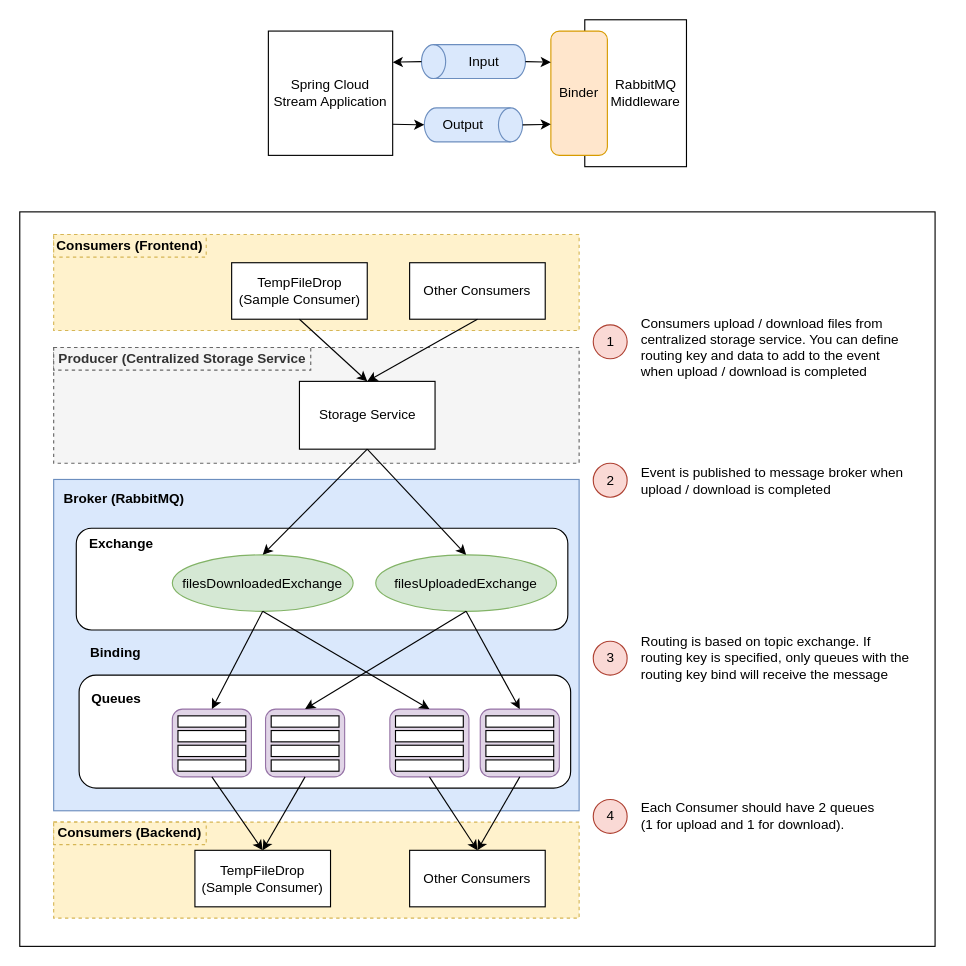
Before: doc/rabbitmq.drawio in awarenessxz/TempFileDrop, a draw.io diagram. Source tidied: cells renumbered, new cells numbered last; positions are measured from the earlier drawing's top-left corner, leaving out a move shared by most shapes. Both pictures are drawn from the tidied source at 113%, with x=0, y=0 at pixel (19, 9).
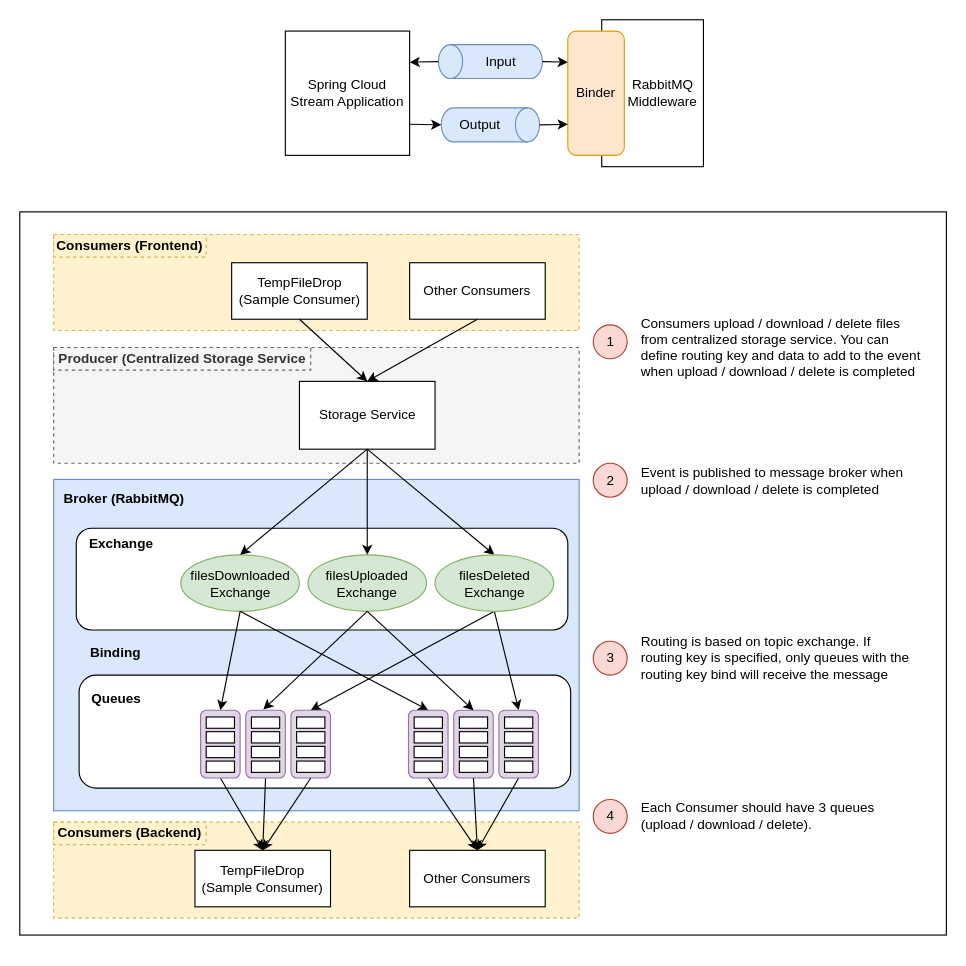
Above is the later version.

The change refers to these unchanged cells:
```xml
<mxCell id="28" value="TempFileDrop&lt;br&gt;(Sample Consumer)" style="rounded=0;whiteSpace=wrap;html=1;strokeColor=#000000;align=center;" parent="1" vertex="1">
  <mxGeometry x="155" y="744" width="120" height="50" as="geometry" />
</mxCell>
<mxCell id="51" value="Other Consumers" style="rounded=0;whiteSpace=wrap;html=1;strokeColor=#000000;align=center;" parent="1" vertex="1">
  <mxGeometry x="345" y="744" width="120" height="50" as="geometry" />
</mxCell>
<mxCell id="57" value="Storage Service" style="rounded=0;whiteSpace=wrap;html=1;align=center;" parent="1" vertex="1">
  <mxGeometry x="247.5" y="329" width="120" height="60" as="geometry" />
</mxCell>
```

Change to the diagram source:
```diff
@@
-    <mxCell id="2" style="rounded=0;whiteSpace=wrap;html=1;strokeColor=#000000;align=left;" parent="1" vertex="1">
-      <mxGeometry y="179" width="810" height="650" as="geometry" />
-    </mxCell>
+    <mxCell id="76" style="rounded=0;whiteSpace=wrap;html=1;" parent="1" vertex="1">
+      <mxGeometry y="179" width="820" height="640" as="geometry" />
+    </mxCell>
@@
     <mxCell id="7" value="RabbitMQ&amp;nbsp;&amp;nbsp;&lt;br&gt;Middleware&amp;nbsp;" style="rounded=0;whiteSpace=wrap;html=1;align=right;" parent="1" vertex="1">
-      <mxGeometry x="500" y="9" width="90" height="130" as="geometry" />
+      <mxGeometry x="515" y="9" width="90" height="130" as="geometry" />
     </mxCell>
     <mxCell id="8" value="Spring Cloud &lt;br&gt;Stream Application" style="rounded=0;whiteSpace=wrap;html=1;" parent="1" vertex="1">
-      <mxGeometry x="220" y="19" width="110" height="110" as="geometry" />
+      <mxGeometry x="235" y="19" width="110" height="110" as="geometry" />
     </mxCell>
     <mxCell id="9" value="Output" style="shape=cylinder3;whiteSpace=wrap;html=1;boundedLbl=1;backgroundOutline=1;size=10.696685791015625;rotation=90;direction=east;horizontal=0;verticalAlign=middle;fillColor=#dae8fc;strokeColor=#6c8ebf;" parent="1" vertex="1">
-      <mxGeometry x="386.5" y="58.5" width="30" height="87" as="geometry" />
+      <mxGeometry x="401.5" y="58.5" width="30" height="87" as="geometry" />
     </mxCell>
     <mxCell id="10" value="Input" style="shape=cylinder3;whiteSpace=wrap;html=1;boundedLbl=1;backgroundOutline=1;size=10.696685791015625;rotation=90;direction=west;horizontal=0;verticalAlign=middle;fillColor=#dae8fc;strokeColor=#6c8ebf;" parent="1" vertex="1">
-      <mxGeometry x="386.5" width="30" height="92" as="geometry" />
+      <mxGeometry x="401.5" width="30" height="92" as="geometry" />
     </mxCell>
@@
     <mxCell id="13" value="Binder" style="rounded=1;whiteSpace=wrap;html=1;fillColor=#ffe6cc;strokeColor=#d79b00;" parent="1" vertex="1">
-      <mxGeometry x="470" y="19" width="50" height="110" as="geometry" />
+      <mxGeometry x="485" y="19" width="50" height="110" as="geometry" />
     </mxCell>
@@
-    <mxCell id="19" value="filesDownloadedExchange" style="ellipse;whiteSpace=wrap;html=1;strokeColor=#82b366;align=center;fillColor=#d5e8d4;" parent="1" vertex="1">
-      <mxGeometry x="135" y="482.5" width="160" height="50" as="geometry" />
+    <mxCell id="19" value="filesDownloaded&lt;br&gt;Exchange" style="ellipse;whiteSpace=wrap;html=1;strokeColor=#82b366;align=center;fillColor=#d5e8d4;" parent="1" vertex="1">
+      <mxGeometry x="142.5" y="482.5" width="105" height="50" as="geometry" />
     </mxCell>
-    <mxCell id="20" value="filesUploadedExchange" style="ellipse;whiteSpace=wrap;html=1;strokeColor=#82b366;align=center;fillColor=#d5e8d4;" parent="1" vertex="1">
-      <mxGeometry x="315" y="482.5" width="160" height="50" as="geometry" />
-    </mxCell>
@@
-    <mxCell id="22" style="group;" parent="1" vertex="1">
-      <mxGeometry x="135" y="619" width="70" height="60" as="geometry" />
-    </mxCell>
-    <mxCell id="23" style="rounded=1;whiteSpace=wrap;html=1;strokeColor=#9673a6;align=left;fillColor=#e1d5e7;" parent="22" vertex="1">
-      <mxGeometry width="70" height="60" as="geometry" />
-    </mxCell>
-    <mxCell id="24" style="rounded=0;whiteSpace=wrap;html=1;strokeColor=#000000;align=left;" parent="22" vertex="1">
-      <mxGeometry x="5" y="6" width="60" height="10" as="geometry" />
-    </mxCell>
-    <mxCell id="25" style="rounded=0;whiteSpace=wrap;html=1;strokeColor=#000000;align=left;" parent="22" vertex="1">
-      <mxGeometry x="5" y="19" width="60" height="10" as="geometry" />
-    </mxCell>
-    <mxCell id="26" style="rounded=0;whiteSpace=wrap;html=1;strokeColor=#000000;align=left;" parent="22" vertex="1">
-      <mxGeometry x="5" y="32" width="60" height="10" as="geometry" />
-    </mxCell>
-    <mxCell id="27" style="rounded=0;whiteSpace=wrap;html=1;strokeColor=#000000;align=left;" parent="22" vertex="1">
-      <mxGeometry x="5" y="45" width="60" height="10" as="geometry" />
-    </mxCell>
@@
-    <mxCell id="29" style="endArrow=classic;html=1;fillColor=#ffffff;gradientColor=none;entryX=0.5;entryY=0;entryDx=0;entryDy=0;exitX=0.5;exitY=1;exitDx=0;exitDy=0;" parent="1" edge="1" source="23" target="28">
+    <mxCell id="29" style="endArrow=classic;html=1;fillColor=#ffffff;gradientColor=none;entryX=0.5;entryY=0;entryDx=0;entryDy=0;exitX=0.5;exitY=1;exitDx=0;exitDy=0;" parent="1" edge="1" source="79" target="28">
       <mxGeometry relative="1" as="geometry" />
     </mxCell>
-    <mxCell id="30" style="endArrow=classic;html=1;fillColor=#ffffff;gradientColor=none;exitX=0.5;exitY=1;exitDx=0;exitDy=0;entryX=0.5;entryY=0;entryDx=0;entryDy=0;" parent="1" edge="1" source="19" target="23">
+    <mxCell id="30" style="endArrow=classic;html=1;fillColor=#ffffff;gradientColor=none;exitX=0.5;exitY=1;exitDx=0;exitDy=0;entryX=0.5;entryY=0;entryDx=0;entryDy=0;" parent="1" edge="1" source="19" target="79">
       <mxGeometry relative="1" as="geometry" />
     </mxCell>
-    <mxCell id="31" style="group;" parent="1" vertex="1">
-      <mxGeometry x="217.5" y="619" width="70" height="60" as="geometry" />
-    </mxCell>
-    <mxCell id="32" style="rounded=1;whiteSpace=wrap;html=1;strokeColor=#9673a6;align=left;fillColor=#e1d5e7;" parent="31" vertex="1">
-      <mxGeometry width="70" height="60" as="geometry" />
-    </mxCell>
-    <mxCell id="33" style="rounded=0;whiteSpace=wrap;html=1;strokeColor=#000000;align=left;" parent="31" vertex="1">
-      <mxGeometry x="5" y="6" width="60" height="10" as="geometry" />
-    </mxCell>
-    <mxCell id="34" style="rounded=0;whiteSpace=wrap;html=1;strokeColor=#000000;align=left;" parent="31" vertex="1">
-      <mxGeometry x="5" y="19" width="60" height="10" as="geometry" />
-    </mxCell>
-    <mxCell id="35" style="rounded=0;whiteSpace=wrap;html=1;strokeColor=#000000;align=left;" parent="31" vertex="1">
-      <mxGeometry x="5" y="32" width="60" height="10" as="geometry" />
-    </mxCell>
-    <mxCell id="36" style="rounded=0;whiteSpace=wrap;html=1;strokeColor=#000000;align=left;" parent="31" vertex="1">
-      <mxGeometry x="5" y="45" width="60" height="10" as="geometry" />
-    </mxCell>
-    <mxCell id="37" style="endArrow=classic;html=1;fillColor=#ffffff;gradientColor=none;entryX=0.5;entryY=0;entryDx=0;entryDy=0;exitX=0.5;exitY=1;exitDx=0;exitDy=0;" parent="1" edge="1" source="20" target="32">
+    <mxCell id="37" style="endArrow=classic;html=1;fillColor=#ffffff;gradientColor=none;entryX=0.5;entryY=0;entryDx=0;entryDy=0;exitX=0.5;exitY=1;exitDx=0;exitDy=0;" parent="1" edge="1" source="118" target="91">
       <mxGeometry relative="1" as="geometry" />
     </mxCell>
-    <mxCell id="38" style="endArrow=classic;html=1;fillColor=#ffffff;gradientColor=none;exitX=0.5;exitY=1;exitDx=0;exitDy=0;entryX=0.5;entryY=0;entryDx=0;entryDy=0;" parent="1" edge="1" source="32" target="28">
+    <mxCell id="38" style="endArrow=classic;html=1;fillColor=#ffffff;gradientColor=none;exitX=0.5;exitY=1;exitDx=0;exitDy=0;entryX=0.5;entryY=0;entryDx=0;entryDy=0;" parent="1" edge="1" source="85" target="28">
       <mxGeometry relative="1" as="geometry" />
     </mxCell>
-    <mxCell id="39" style="group;" parent="1" vertex="1">
-      <mxGeometry x="327.5" y="619" width="70" height="60" as="geometry" />
-    </mxCell>
-    <mxCell id="40" style="rounded=1;whiteSpace=wrap;html=1;strokeColor=#9673a6;align=left;fillColor=#e1d5e7;" parent="39" vertex="1">
-      <mxGeometry width="70" height="60" as="geometry" />
-    </mxCell>
-    <mxCell id="41" style="rounded=0;whiteSpace=wrap;html=1;strokeColor=#000000;align=left;" parent="39" vertex="1">
-      <mxGeometry x="5" y="6" width="60" height="10" as="geometry" />
-    </mxCell>
-    <mxCell id="42" style="rounded=0;whiteSpace=wrap;html=1;strokeColor=#000000;align=left;" parent="39" vertex="1">
-      <mxGeometry x="5" y="19" width="60" height="10" as="geometry" />
-    </mxCell>
-    <mxCell id="43" style="rounded=0;whiteSpace=wrap;html=1;strokeColor=#000000;align=left;" parent="39" vertex="1">
-      <mxGeometry x="5" y="32" width="60" height="10" as="geometry" />
-    </mxCell>
-    <mxCell id="44" style="rounded=0;whiteSpace=wrap;html=1;strokeColor=#000000;align=left;" parent="39" vertex="1">
-      <mxGeometry x="5" y="45" width="60" height="10" as="geometry" />
-    </mxCell>
-    <mxCell id="45" style="group;" parent="1" vertex="1">
-      <mxGeometry x="407.5" y="619" width="70" height="60" as="geometry" />
-    </mxCell>
-    <mxCell id="46" style="rounded=1;whiteSpace=wrap;html=1;strokeColor=#9673a6;align=left;fillColor=#e1d5e7;" parent="45" vertex="1">
-      <mxGeometry width="70" height="60" as="geometry" />
-    </mxCell>
-    <mxCell id="47" style="rounded=0;whiteSpace=wrap;html=1;strokeColor=#000000;align=left;" parent="45" vertex="1">
-      <mxGeometry x="5" y="6" width="60" height="10" as="geometry" />
-    </mxCell>
-    <mxCell id="48" style="rounded=0;whiteSpace=wrap;html=1;strokeColor=#000000;align=left;" parent="45" vertex="1">
-      <mxGeometry x="5" y="19" width="60" height="10" as="geometry" />
-    </mxCell>
-    <mxCell id="49" style="rounded=0;whiteSpace=wrap;html=1;strokeColor=#000000;align=left;" parent="45" vertex="1">
-      <mxGeometry x="5" y="32" width="60" height="10" as="geometry" />
-    </mxCell>
-    <mxCell id="50" style="rounded=0;whiteSpace=wrap;html=1;strokeColor=#000000;align=left;" parent="45" vertex="1">
-      <mxGeometry x="5" y="45" width="60" height="10" as="geometry" />
-    </mxCell>
@@
-    <mxCell id="52" style="endArrow=classic;html=1;fillColor=#ffffff;gradientColor=none;exitX=0.5;exitY=1;exitDx=0;exitDy=0;entryX=0.5;entryY=0;entryDx=0;entryDy=0;" parent="1" edge="1" source="40" target="51">
+    <mxCell id="52" style="endArrow=classic;html=1;fillColor=#ffffff;gradientColor=none;exitX=0.5;exitY=1;exitDx=0;exitDy=0;entryX=0.5;entryY=0;entryDx=0;entryDy=0;" parent="1" edge="1" source="99" target="51">
       <mxGeometry relative="1" as="geometry" />
     </mxCell>
-    <mxCell id="53" style="endArrow=classic;html=1;fillColor=#ffffff;gradientColor=none;exitX=0.5;exitY=1;exitDx=0;exitDy=0;entryX=0.5;entryY=0;entryDx=0;entryDy=0;" parent="1" edge="1" source="46" target="51">
+    <mxCell id="53" style="endArrow=classic;html=1;fillColor=#ffffff;gradientColor=none;exitX=0.5;exitY=1;exitDx=0;exitDy=0;entryX=0.5;entryY=0;entryDx=0;entryDy=0;" parent="1" edge="1" source="111" target="51">
       <mxGeometry relative="1" as="geometry" />
     </mxCell>
-    <mxCell id="54" style="endArrow=classic;html=1;fillColor=#ffffff;gradientColor=none;exitX=0.5;exitY=1;exitDx=0;exitDy=0;entryX=0.5;entryY=0;entryDx=0;entryDy=0;" parent="1" edge="1" source="19" target="40">
+    <mxCell id="54" style="endArrow=classic;html=1;fillColor=#ffffff;gradientColor=none;exitX=0.5;exitY=1;exitDx=0;exitDy=0;entryX=0.5;entryY=0;entryDx=0;entryDy=0;" parent="1" edge="1" source="19" target="99">
       <mxGeometry relative="1" as="geometry" />
     </mxCell>
-    <mxCell id="55" style="endArrow=classic;html=1;fillColor=#ffffff;gradientColor=none;exitX=0.5;exitY=1;exitDx=0;exitDy=0;entryX=0.5;entryY=0;entryDx=0;entryDy=0;" parent="1" edge="1" source="20" target="46">
+    <mxCell id="55" style="endArrow=classic;html=1;fillColor=#ffffff;gradientColor=none;exitX=0.5;exitY=1;exitDx=0;exitDy=0;entryX=0.5;entryY=0;entryDx=0;entryDy=0;" parent="1" edge="1" source="118" target="111">
       <mxGeometry relative="1" as="geometry" />
     </mxCell>
@@
-    <mxCell id="67" style="endArrow=classic;html=1;fillColor=#ffffff;gradientColor=none;exitX=0.5;exitY=1;exitDx=0;exitDy=0;entryX=0.5;entryY=0;entryDx=0;entryDy=0;" parent="1" edge="1" source="57" target="20">
+    <mxCell id="67" style="endArrow=classic;html=1;fillColor=#ffffff;gradientColor=none;exitX=0.5;exitY=1;exitDx=0;exitDy=0;entryX=0.5;entryY=0;entryDx=0;entryDy=0;" parent="1" edge="1" source="57" target="118">
       <mxGeometry relative="1" as="geometry" />
     </mxCell>
@@
-    <mxCell id="69" value="Consumers upload / download files from centralized storage service. You can define routing key and data to add to the event when upload / download is completed" style="text;html=1;strokeColor=none;fillColor=none;align=left;verticalAlign=middle;whiteSpace=wrap;rounded=0;" parent="1" vertex="1">
-      <mxGeometry x="547.5" y="289" width="240" height="20" as="geometry" />
+    <mxCell id="69" value="Consumers upload / download / delete files from centralized storage service. You can define routing key and data to add to the event when upload / download / delete is completed" style="text;html=1;strokeColor=none;fillColor=none;align=left;verticalAlign=middle;whiteSpace=wrap;rounded=0;" parent="1" vertex="1">
+      <mxGeometry x="547.5" y="289" width="252.5" height="20" as="geometry" />
     </mxCell>
@@
-    <mxCell id="71" value="Event is published to message broker when upload / download is completed" style="text;html=1;strokeColor=none;fillColor=none;align=left;verticalAlign=middle;whiteSpace=wrap;rounded=0;" parent="1" vertex="1">
+    <mxCell id="71" value="Event is published to message broker when upload / download / delete is completed" style="text;html=1;strokeColor=none;fillColor=none;align=left;verticalAlign=middle;whiteSpace=wrap;rounded=0;" parent="1" vertex="1">
       <mxGeometry x="547.5" y="406.5" width="240" height="20" as="geometry" />
     </mxCell>
@@
-    <mxCell id="75" value="Each Consumer should have 2 queues &lt;br&gt;(1 for upload and 1 for download)." style="text;html=1;strokeColor=none;fillColor=none;align=left;verticalAlign=middle;whiteSpace=wrap;rounded=0;" parent="1" vertex="1">
+    <mxCell id="75" value="Each Consumer should have 3 queues &lt;br&gt;(upload / download / delete)." style="text;html=1;strokeColor=none;fillColor=none;align=left;verticalAlign=middle;whiteSpace=wrap;rounded=0;" parent="1" vertex="1">
       <mxGeometry x="547.5" y="704" width="240" height="20" as="geometry" />
     </mxCell>
+    <mxCell id="77" style="group;" parent="1" vertex="1">
+      <mxGeometry x="160" y="620" width="115" height="60" as="geometry" />
+    </mxCell>
+    <mxCell id="78" style="group;" parent="77" vertex="1">
+      <mxGeometry width="35" height="60" as="geometry" />
+    </mxCell>
+    <mxCell id="79" style="rounded=1;whiteSpace=wrap;html=1;strokeColor=#9673a6;align=left;fillColor=#e1d5e7;" parent="78" vertex="1">
+      <mxGeometry width="35" height="60" as="geometry" />
+    </mxCell>
+    <mxCell id="80" style="rounded=0;whiteSpace=wrap;html=1;strokeColor=#000000;align=left;" parent="78" vertex="1">
+      <mxGeometry x="5" y="6" width="25" height="10" as="geometry" />
+    </mxCell>
+    <mxCell id="81" style="rounded=0;whiteSpace=wrap;html=1;strokeColor=#000000;align=left;" parent="78" vertex="1">
+      <mxGeometry x="5" y="19" width="25" height="10" as="geometry" />
+    </mxCell>
+    <mxCell id="82" style="rounded=0;whiteSpace=wrap;html=1;strokeColor=#000000;align=left;" parent="78" vertex="1">
+      <mxGeometry x="5" y="32" width="25" height="10" as="geometry" />
+    </mxCell>
+    <mxCell id="83" style="rounded=0;whiteSpace=wrap;html=1;strokeColor=#000000;align=left;" parent="78" vertex="1">
+      <mxGeometry x="5" y="45" width="25" height="10" as="geometry" />
+    </mxCell>
+    <mxCell id="84" style="group;" parent="77" vertex="1">
+      <mxGeometry x="40" width="35" height="60" as="geometry" />
+    </mxCell>
+    <mxCell id="85" style="rounded=1;whiteSpace=wrap;html=1;strokeColor=#9673a6;align=left;fillColor=#e1d5e7;" parent="84" vertex="1">
+      <mxGeometry width="35" height="60" as="geometry" />
+    </mxCell>
+    <mxCell id="86" style="rounded=0;whiteSpace=wrap;html=1;strokeColor=#000000;align=left;" parent="84" vertex="1">
+      <mxGeometry x="5" y="6" width="25" height="10" as="geometry" />
+    </mxCell>
+    <mxCell id="87" style="rounded=0;whiteSpace=wrap;html=1;strokeColor=#000000;align=left;" parent="84" vertex="1">
+      <mxGeometry x="5" y="19" width="25" height="10" as="geometry" />
+    </mxCell>
+    <mxCell id="88" style="rounded=0;whiteSpace=wrap;html=1;strokeColor=#000000;align=left;" parent="84" vertex="1">
+      <mxGeometry x="5" y="32" width="25" height="10" as="geometry" />
+    </mxCell>
+    <mxCell id="89" style="rounded=0;whiteSpace=wrap;html=1;strokeColor=#000000;align=left;" parent="84" vertex="1">
+      <mxGeometry x="5" y="45" width="25" height="10" as="geometry" />
+    </mxCell>
+    <mxCell id="90" style="group;" parent="77" vertex="1">
+      <mxGeometry x="80" width="35" height="60" as="geometry" />
+    </mxCell>
+    <mxCell id="91" style="rounded=1;whiteSpace=wrap;html=1;strokeColor=#9673a6;align=left;fillColor=#e1d5e7;" parent="90" vertex="1">
+      <mxGeometry width="35" height="60" as="geometry" />
+    </mxCell>
+    <mxCell id="92" style="rounded=0;whiteSpace=wrap;html=1;strokeColor=#000000;align=left;" parent="90" vertex="1">
+      <mxGeometry x="5" y="6" width="25" height="10" as="geometry" />
+    </mxCell>
+    <mxCell id="93" style="rounded=0;whiteSpace=wrap;html=1;strokeColor=#000000;align=left;" parent="90" vertex="1">
+      <mxGeometry x="5" y="19" width="25" height="10" as="geometry" />
+    </mxCell>
+    <mxCell id="94" style="rounded=0;whiteSpace=wrap;html=1;strokeColor=#000000;align=left;" parent="90" vertex="1">
+      <mxGeometry x="5" y="32" width="25" height="10" as="geometry" />
+    </mxCell>
+    <mxCell id="95" style="rounded=0;whiteSpace=wrap;html=1;strokeColor=#000000;align=left;" parent="90" vertex="1">
+      <mxGeometry x="5" y="45" width="25" height="10" as="geometry" />
+    </mxCell>
+    <mxCell id="96" style="endArrow=classic;html=1;exitX=0.5;exitY=1;exitDx=0;exitDy=0;entryX=0.5;entryY=0;entryDx=0;entryDy=0;" parent="1" edge="1" source="91" target="28">
+      <mxGeometry relative="1" as="geometry" />
+    </mxCell>
+    <mxCell id="97" style="group;" parent="1" vertex="1">
+      <mxGeometry x="344" y="620" width="115" height="60" as="geometry" />
+    </mxCell>
+    <mxCell id="98" style="group;" parent="97" vertex="1">
+      <mxGeometry width="35" height="60" as="geometry" />
+    </mxCell>
+    <mxCell id="99" style="rounded=1;whiteSpace=wrap;html=1;strokeColor=#9673a6;align=left;fillColor=#e1d5e7;" parent="98" vertex="1">
+      <mxGeometry width="35" height="60" as="geometry" />
+    </mxCell>
+    <mxCell id="100" style="rounded=0;whiteSpace=wrap;html=1;strokeColor=#000000;align=left;" parent="98" vertex="1">
+      <mxGeometry x="5" y="6" width="25" height="10" as="geometry" />
+    </mxCell>
+    <mxCell id="101" style="rounded=0;whiteSpace=wrap;html=1;strokeColor=#000000;align=left;" parent="98" vertex="1">
+      <mxGeometry x="5" y="19" width="25" height="10" as="geometry" />
+    </mxCell>
+    <mxCell id="102" style="rounded=0;whiteSpace=wrap;html=1;strokeColor=#000000;align=left;" parent="98" vertex="1">
+      <mxGeometry x="5" y="32" width="25" height="10" as="geometry" />
+    </mxCell>
+    <mxCell id="103" style="rounded=0;whiteSpace=wrap;html=1;strokeColor=#000000;align=left;" parent="98" vertex="1">
+      <mxGeometry x="5" y="45" width="25" height="10" as="geometry" />
+    </mxCell>
+    <mxCell id="104" style="group;" parent="97" vertex="1">
+      <mxGeometry x="40" width="35" height="60" as="geometry" />
+    </mxCell>
+    <mxCell id="105" style="rounded=1;whiteSpace=wrap;html=1;strokeColor=#9673a6;align=left;fillColor=#e1d5e7;" parent="104" vertex="1">
+      <mxGeometry width="35" height="60" as="geometry" />
+    </mxCell>
+    <mxCell id="106" style="rounded=0;whiteSpace=wrap;html=1;strokeColor=#000000;align=left;" parent="104" vertex="1">
+      <mxGeometry x="5" y="6" width="25" height="10" as="geometry" />
+    </mxCell>
+    <mxCell id="107" style="rounded=0;whiteSpace=wrap;html=1;strokeColor=#000000;align=left;" parent="104" vertex="1">
+      <mxGeometry x="5" y="19" width="25" height="10" as="geometry" />
+    </mxCell>
+    <mxCell id="108" style="rounded=0;whiteSpace=wrap;html=1;strokeColor=#000000;align=left;" parent="104" vertex="1">
+      <mxGeometry x="5" y="32" width="25" height="10" as="geometry" />
+    </mxCell>
+    <mxCell id="109" style="rounded=0;whiteSpace=wrap;html=1;strokeColor=#000000;align=left;" parent="104" vertex="1">
+      <mxGeometry x="5" y="45" width="25" height="10" as="geometry" />
+    </mxCell>
+    <mxCell id="110" style="group;" parent="97" vertex="1">
+      <mxGeometry x="80" width="35" height="60" as="geometry" />
+    </mxCell>
+    <mxCell id="111" style="rounded=1;whiteSpace=wrap;html=1;strokeColor=#9673a6;align=left;fillColor=#e1d5e7;" parent="110" vertex="1">
+      <mxGeometry width="35" height="60" as="geometry" />
+    </mxCell>
+    <mxCell id="112" style="rounded=0;whiteSpace=wrap;html=1;strokeColor=#000000;align=left;" parent="110" vertex="1">
+      <mxGeometry x="5" y="6" width="25" height="10" as="geometry" />
+    </mxCell>
+    <mxCell id="113" style="rounded=0;whiteSpace=wrap;html=1;strokeColor=#000000;align=left;" parent="110" vertex="1">
+      <mxGeometry x="5" y="19" width="25" height="10" as="geometry" />
+    </mxCell>
+    <mxCell id="114" style="rounded=0;whiteSpace=wrap;html=1;strokeColor=#000000;align=left;" parent="110" vertex="1">
+      <mxGeometry x="5" y="32" width="25" height="10" as="geometry" />
+    </mxCell>
+    <mxCell id="115" style="rounded=0;whiteSpace=wrap;html=1;strokeColor=#000000;align=left;" parent="110" vertex="1">
+      <mxGeometry x="5" y="45" width="25" height="10" as="geometry" />
+    </mxCell>
+    <mxCell id="116" style="endArrow=classic;html=1;exitX=0.5;exitY=1;exitDx=0;exitDy=0;entryX=0.5;entryY=0;entryDx=0;entryDy=0;" parent="1" edge="1" source="105" target="51">
+      <mxGeometry relative="1" as="geometry" />
+    </mxCell>
+    <mxCell id="117" value="filesUploaded&lt;br&gt;Exchange" style="ellipse;whiteSpace=wrap;html=1;strokeColor=#82b366;align=center;fillColor=#d5e8d4;" parent="1" vertex="1">
+      <mxGeometry x="255" y="482.5" width="105" height="50" as="geometry" />
+    </mxCell>
+    <mxCell id="118" value="filesDeleted&lt;br&gt;Exchange" style="ellipse;whiteSpace=wrap;html=1;strokeColor=#82b366;align=center;fillColor=#d5e8d4;" parent="1" vertex="1">
+      <mxGeometry x="367.5" y="482.5" width="105" height="50" as="geometry" />
+    </mxCell>
+    <mxCell id="119" style="endArrow=classic;html=1;exitX=0.5;exitY=1;exitDx=0;exitDy=0;entryX=0.5;entryY=0;entryDx=0;entryDy=0;" parent="1" edge="1" source="57" target="117">
+      <mxGeometry relative="1" as="geometry" />
+    </mxCell>
+    <mxCell id="120" style="endArrow=classic;html=1;exitX=0.5;exitY=1;exitDx=0;exitDy=0;entryX=0.443;entryY=-0.01;entryDx=0;entryDy=0;entryPerimeter=0;" parent="1" edge="1" source="117" target="85">
+      <mxGeometry relative="1" as="geometry" />
+    </mxCell>
+    <mxCell id="121" style="endArrow=classic;html=1;exitX=0.5;exitY=1;exitDx=0;exitDy=0;entryX=0.5;entryY=0;entryDx=0;entryDy=0;" parent="1" edge="1" source="117" target="105">
+      <mxGeometry relative="1" as="geometry" />
+    </mxCell>
```
